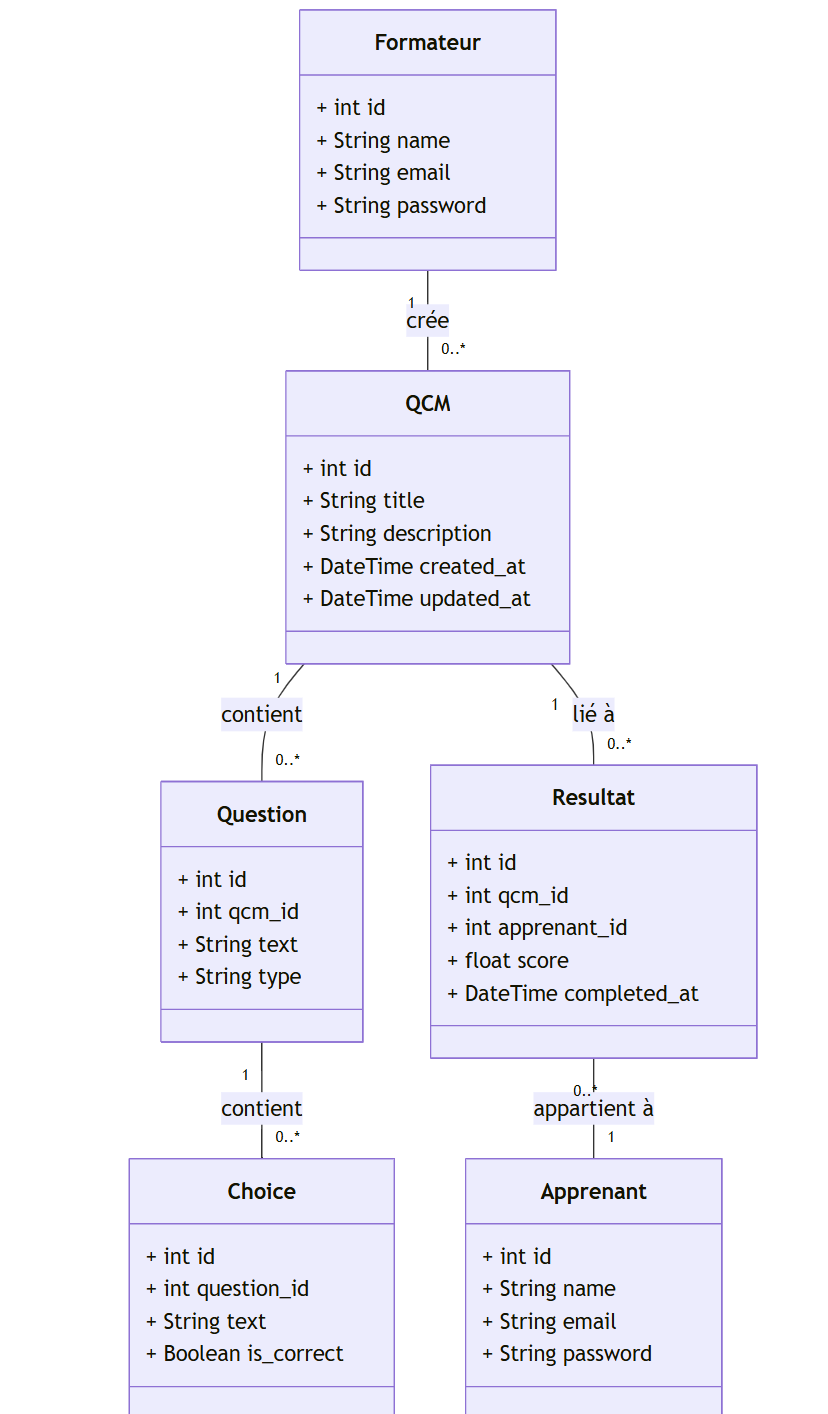
dinadehbi/Fille-Rouge-Soli-LMS keeps this Mermaid diagram as Conception/Diagramme-De-Class.png. Above is the earlier version. Its source is kept beside it as Conception/Diagramme-De-Class.mmd. The source it was exported from:
```mermaid
classDiagram
    class QCM {
        + int id
        + String title
        + String description
        + DateTime created_at
        + DateTime updated_at
    }

    class Question {
        + int id
        + int qcm_id
        + String text
        + String type
    }

    class Choice {
        + int id
        + int question_id
        + String text
        + Boolean is_correct
    }

    class Resultat {
        + int id
        + int qcm_id
        + int apprenant_id
        + float score
        + DateTime completed_at
    }

    class Apprenant {
        + int id
        + String name
        + String email
        + String password
    }

    class Formateur {
        + int id
        + String name
        + String email
        + String password
    }

    QCM "1" -- "0..*" Question : contient
    Question "1" -- "0..*" Choice : contient
    QCM "1" -- "0..*" Resultat : lié à
    Resultat "0..*" -- "1" Apprenant : appartient à
    Formateur "1" -- "0..*" QCM : crée
```
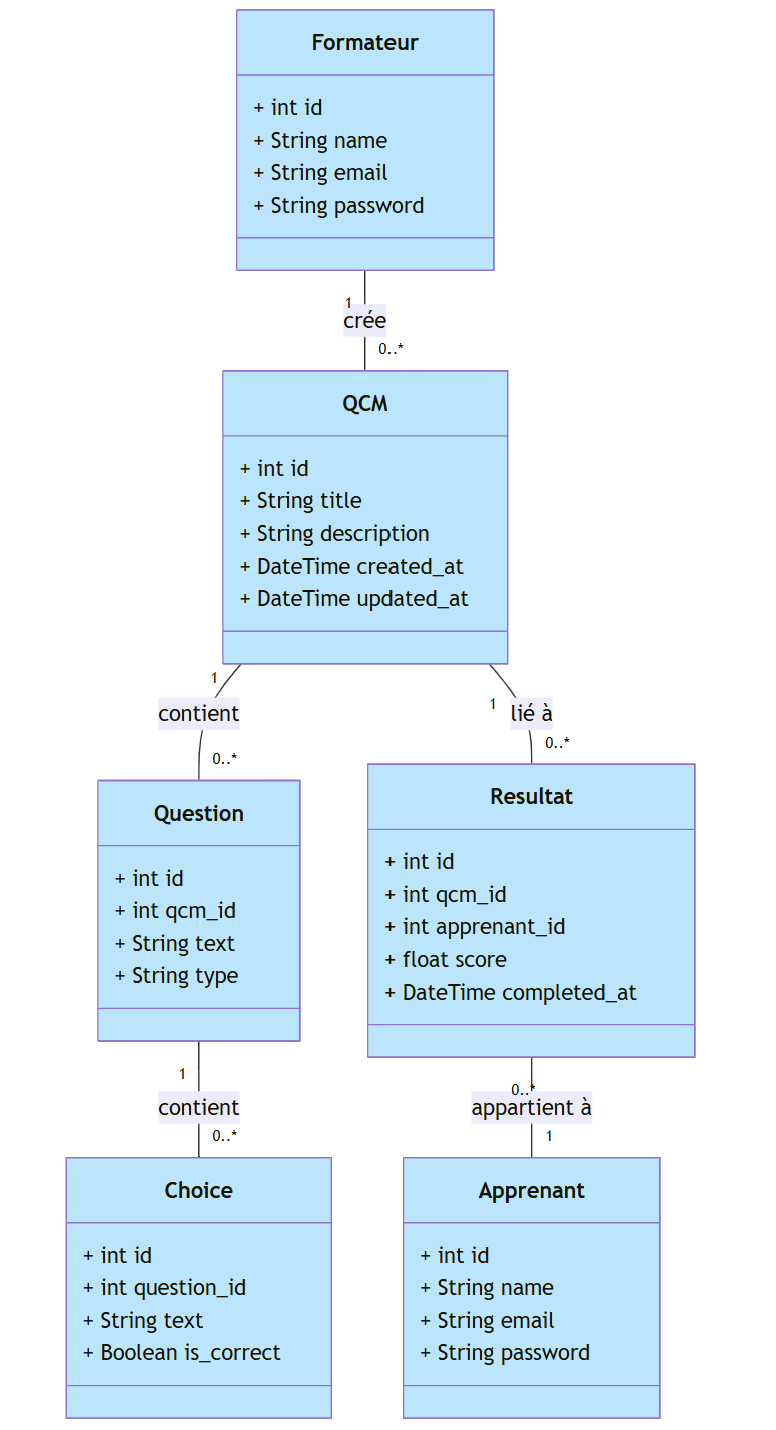
The same diagram one commit later.

Diff of the diagram source:
```diff
@@ -48,3 +48,10 @@
     QCM "1" -- "0..*" Resultat : lié à
     Resultat "0..*" -- "1" Apprenant : appartient à
     Formateur "1" -- "0..*" QCM : crée
+
+    style QCM fill:#AEE7FF
+    style Question fill:#AEE7FF
+    style Choice fill:#AEE7FF
+    style Resultat fill:#AEE7FF
+    style Apprenant fill:#AEE7FF
+    style Formateur fill:#AEE7FF
```
